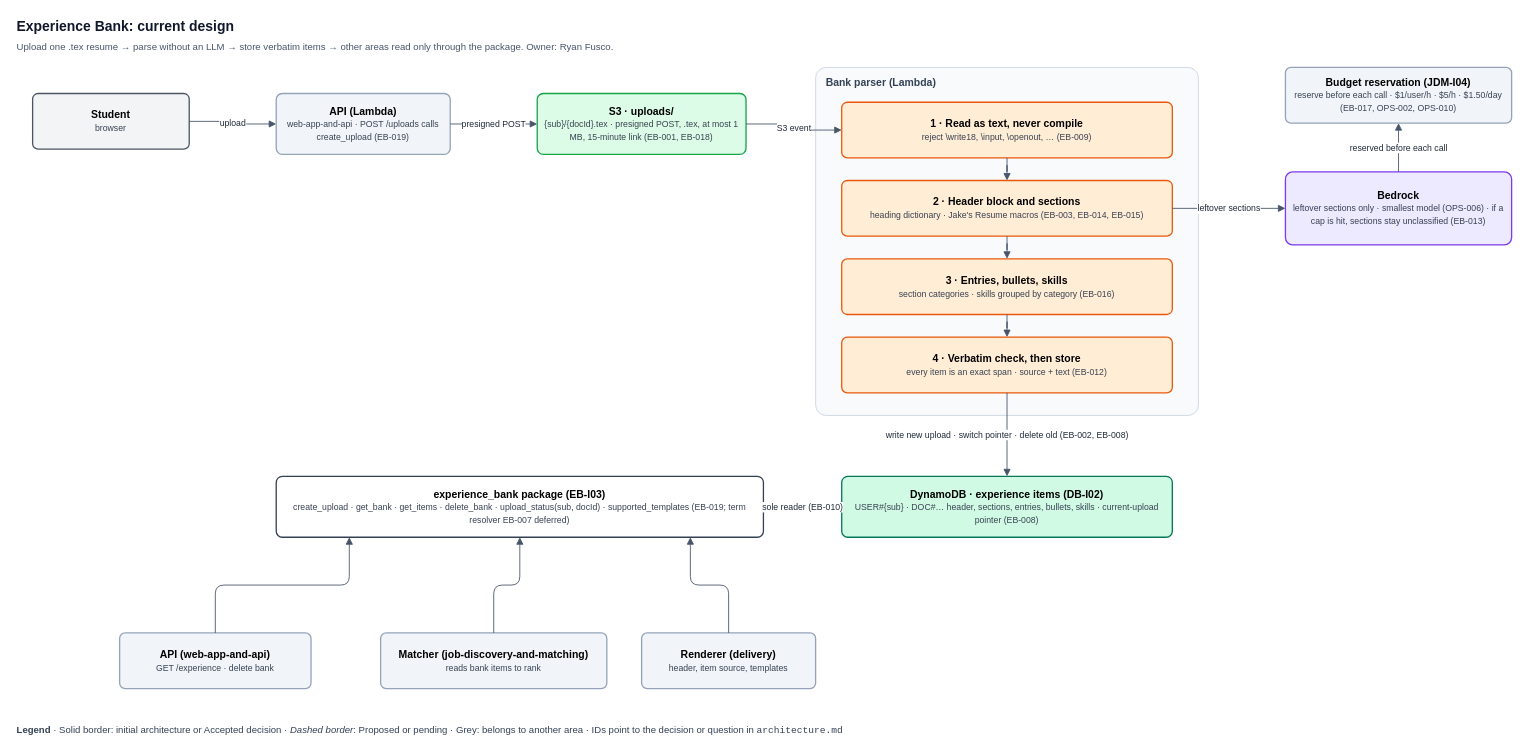
Before: planning/architecture/experience-bank/architecture.drawio in lukeacampbell/Froop, a draw.io diagram. Source tidied: cells renumbered, new cells numbered last; positions are measured from the earlier drawing's top-left corner, leaving out a move shared by most shapes. Both pictures are drawn from the tidied source at 87%, with x=0, y=0 at pixel (15, 15).
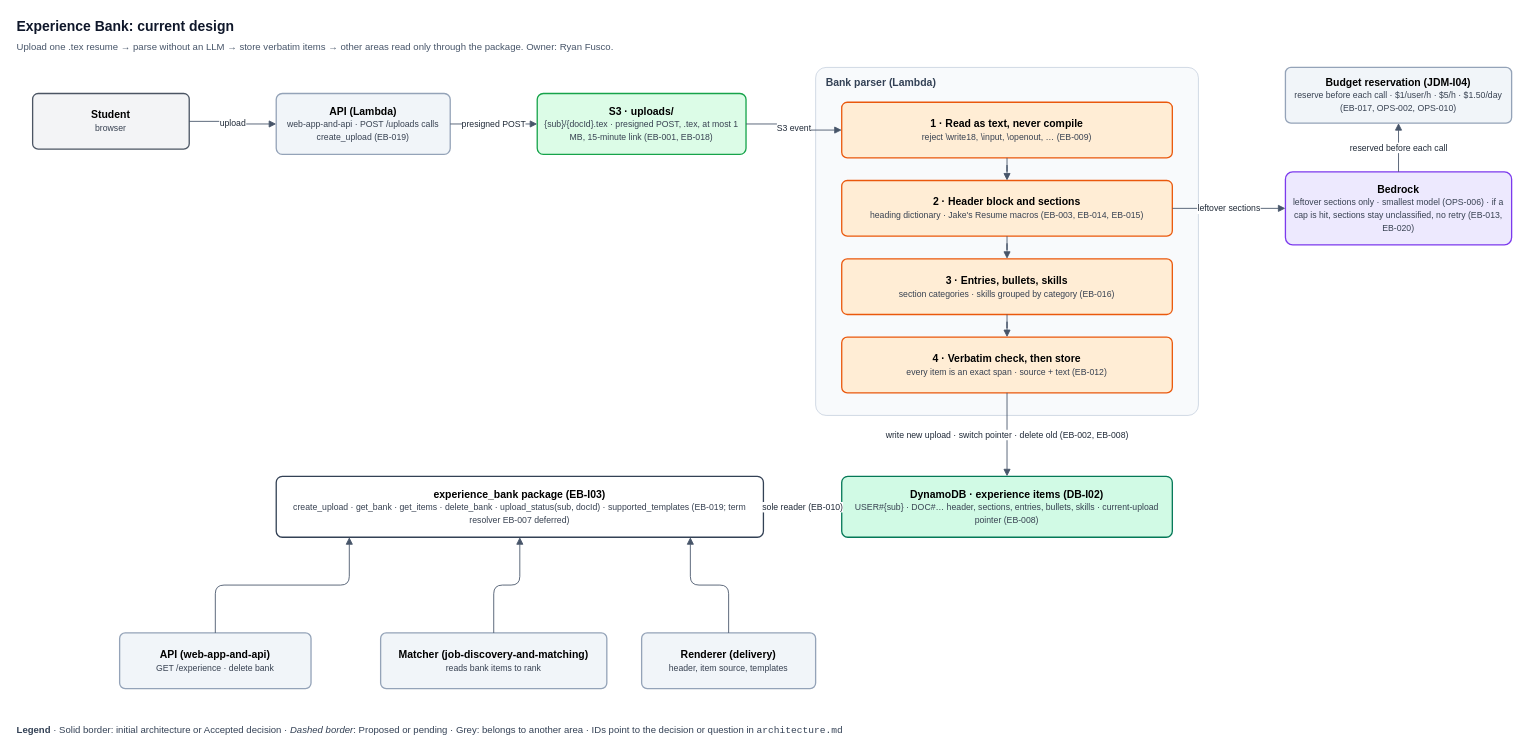
Above is the later version.

Diff of the diagram source:
```diff
@@
-    <mxCell id="12" value="&lt;b&gt;Bedrock&lt;/b&gt;&lt;br&gt;&lt;font style='font-size:10px' color='#374151'&gt;leftover sections only · smallest model (OPS-006) · if a cap is hit, sections stay unclassified (EB-013)&lt;/font&gt;" style="rounded=1;whiteSpace=wrap;html=1;arcSize=10;fillColor=#EDE9FE;strokeColor=#7C3AED;fontSize=12;strokeWidth=1.5;" parent="1" vertex="1">
+    <mxCell id="12" value="&lt;b&gt;Bedrock&lt;/b&gt;&lt;br&gt;&lt;font style='font-size:10px' color='#374151'&gt;leftover sections only · smallest model (OPS-006) · if a cap is hit, sections stay unclassified, no retry (EB-013, EB-020)&lt;/font&gt;" style="rounded=1;whiteSpace=wrap;html=1;arcSize=10;fillColor=#EDE9FE;strokeColor=#7C3AED;fontSize=12;strokeWidth=1.5;" parent="1" vertex="1">
       <mxGeometry x="1460" y="180" width="260" height="84" as="geometry" />
     </mxCell>
```
